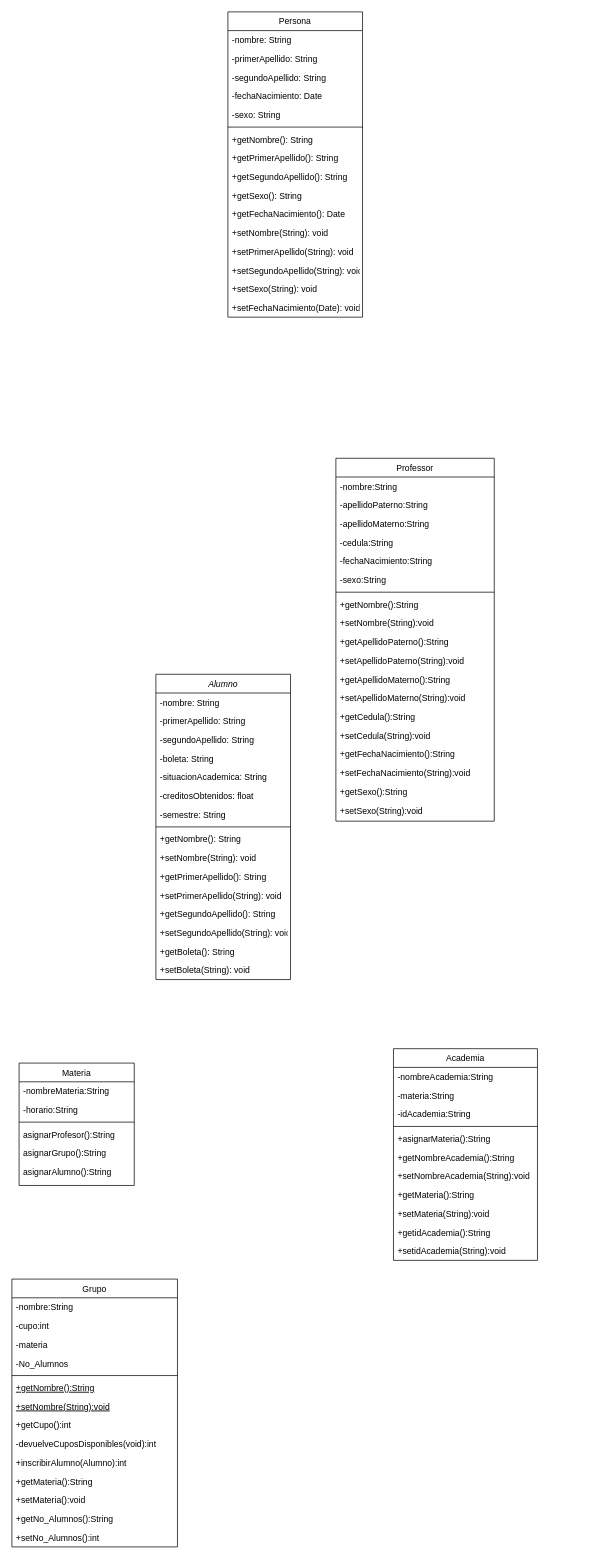
Above: diagramaPrincipal.drawio in a2772/J-001-ProyectosCurso (draw.io), before the change. Source tidied: cells renumbered, new cells numbered last; positions are measured from the earlier drawing's top-left corner, leaving out a move shared by most shapes. Both pictures are drawn from the tidied source at 72%, with x=0, y=0 at pixel (12, 12).
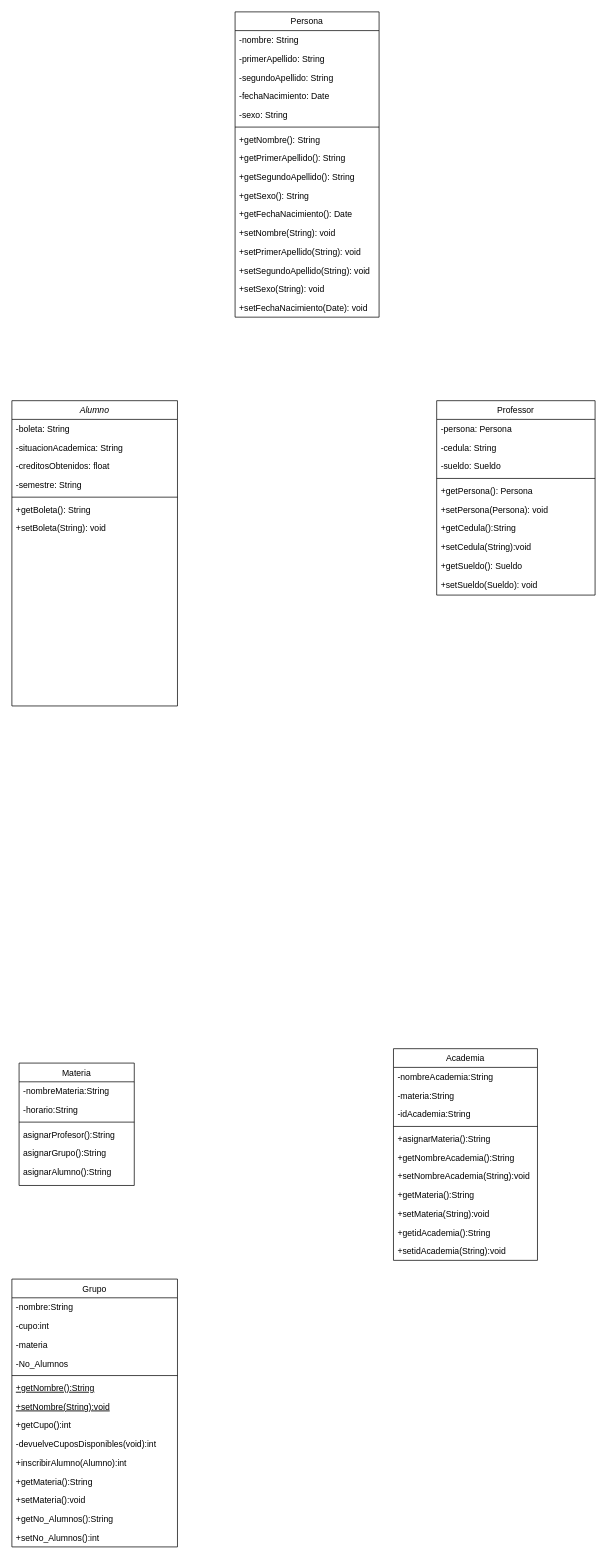
Above is the later version.

Change to the diagram source:
```diff
@@
     <mxCell id="2" value="Alumno" style="swimlane;fontStyle=2;align=center;verticalAlign=top;horizontal=1;startSize=26;rounded=0;shadow=0;strokeWidth=1;" parent="1" vertex="1">
-      <mxGeometry x="200" y="920" width="187" height="424" as="geometry" />
+      <mxGeometry y="540" width="230" height="424" as="geometry" />
     </mxCell>
-    <mxCell id="3" value="-nombre: String" style="text;align=left;verticalAlign=top;spacingLeft=4;spacingRight=4;overflow=hidden;" parent="2" vertex="1">
-      <mxGeometry y="26" width="187" height="26" as="geometry" />
-    </mxCell>
-    <mxCell id="4" value="-primerApellido: String" style="text;align=left;verticalAlign=top;spacingLeft=4;spacingRight=4;overflow=hidden;rounded=0;shadow=0;html=0;" parent="2" vertex="1">
-      <mxGeometry y="52" width="187" height="26" as="geometry" />
-    </mxCell>
-    <mxCell id="5" value="-segundoApellido: String" style="text;align=left;verticalAlign=top;spacingLeft=4;spacingRight=4;overflow=hidden;rounded=0;shadow=0;html=0;" parent="2" vertex="1">
-      <mxGeometry y="78" width="187" height="26" as="geometry" />
-    </mxCell>
     <mxCell id="6" value="-boleta: String" style="text;align=left;verticalAlign=top;spacingLeft=4;spacingRight=4;overflow=hidden;rounded=0;shadow=0;html=0;" parent="2" vertex="1">
-      <mxGeometry y="104" width="187" height="26" as="geometry" />
+      <mxGeometry y="26" width="230" height="26" as="geometry" />
     </mxCell>
     <mxCell id="7" value="-situacionAcademica: String" style="text;align=left;verticalAlign=top;spacingLeft=4;spacingRight=4;overflow=hidden;rounded=0;shadow=0;html=0;" parent="2" vertex="1">
-      <mxGeometry y="130" width="187" height="26" as="geometry" />
+      <mxGeometry y="52" width="230" height="26" as="geometry" />
     </mxCell>
     <mxCell id="8" value="-creditosObtenidos: float" style="text;align=left;verticalAlign=top;spacingLeft=4;spacingRight=4;overflow=hidden;rounded=0;shadow=0;html=0;" parent="2" vertex="1">
-      <mxGeometry y="156" width="187" height="26" as="geometry" />
+      <mxGeometry y="78" width="230" height="26" as="geometry" />
     </mxCell>
     <mxCell id="9" value="-semestre: String" style="text;align=left;verticalAlign=top;spacingLeft=4;spacingRight=4;overflow=hidden;rounded=0;shadow=0;html=0;" parent="2" vertex="1">
-      <mxGeometry y="182" width="187" height="26" as="geometry" />
+      <mxGeometry y="104" width="230" height="26" as="geometry" />
     </mxCell>
     <mxCell id="10" style="line;html=1;strokeWidth=1;align=left;verticalAlign=middle;spacingTop=-1;spacingLeft=3;spacingRight=3;labelPosition=right;" parent="2" vertex="1">
-      <mxGeometry y="208" width="187" height="8" as="geometry" />
+      <mxGeometry y="130" width="230" height="8" as="geometry" />
     </mxCell>
-    <mxCell id="11" value="+getNombre(): String" style="text;align=left;verticalAlign=top;spacingLeft=4;spacingRight=4;overflow=hidden;" parent="2" vertex="1">
-      <mxGeometry y="216" width="187" height="26" as="geometry" />
-    </mxCell>
-    <mxCell id="12" value="+setNombre(String): void" style="text;align=left;verticalAlign=top;spacingLeft=4;spacingRight=4;overflow=hidden;rounded=0;shadow=0;html=0;" parent="2" vertex="1">
-      <mxGeometry y="242" width="187" height="26" as="geometry" />
-    </mxCell>
-    <mxCell id="13" value="+getPrimerApellido(): String" style="text;align=left;verticalAlign=top;spacingLeft=4;spacingRight=4;overflow=hidden;rounded=0;shadow=0;html=0;" parent="2" vertex="1">
-      <mxGeometry y="268" width="187" height="26" as="geometry" />
-    </mxCell>
-    <mxCell id="14" value="+setPrimerApellido(String): void" style="text;align=left;verticalAlign=top;spacingLeft=4;spacingRight=4;overflow=hidden;rounded=0;shadow=0;html=0;" parent="2" vertex="1">
-      <mxGeometry y="294" width="187" height="26" as="geometry" />
-    </mxCell>
-    <mxCell id="15" value="+getSegundoApellido(): String" style="text;align=left;verticalAlign=top;spacingLeft=4;spacingRight=4;overflow=hidden;rounded=0;shadow=0;html=0;" parent="2" vertex="1">
-      <mxGeometry y="320" width="187" height="26" as="geometry" />
-    </mxCell>
-    <mxCell id="16" value="+setSegundoApellido(String): void" style="text;align=left;verticalAlign=top;spacingLeft=4;spacingRight=4;overflow=hidden;rounded=0;shadow=0;html=0;" parent="2" vertex="1">
-      <mxGeometry y="346" width="187" height="26" as="geometry" />
-    </mxCell>
     <mxCell id="17" value="+getBoleta(): String" style="text;align=left;verticalAlign=top;spacingLeft=4;spacingRight=4;overflow=hidden;rounded=0;shadow=0;html=0;" parent="2" vertex="1">
-      <mxGeometry y="372" width="187" height="26" as="geometry" />
+      <mxGeometry y="138" width="230" height="26" as="geometry" />
     </mxCell>
     <mxCell id="18" value="+setBoleta(String): void" style="text;align=left;verticalAlign=top;spacingLeft=4;spacingRight=4;overflow=hidden;rounded=0;shadow=0;html=0;" parent="2" vertex="1">
-      <mxGeometry y="398" width="187" height="26" as="geometry" />
+      <mxGeometry y="164" width="230" height="26" as="geometry" />
     </mxCell>
@@
     <mxCell id="34" value="Professor" style="swimlane;fontStyle=0;align=center;verticalAlign=top;horizontal=1;startSize=26;rounded=0;shadow=0;strokeWidth=1;" parent="1" vertex="1">
-      <mxGeometry x="450" y="620" width="220" height="504" as="geometry" />
+      <mxGeometry x="590" y="540" width="220" height="270" as="geometry" />
     </mxCell>
-    <mxCell id="35" value="-nombre:String" style="text;align=left;verticalAlign=top;spacingLeft=4;spacingRight=4;overflow=hidden;" parent="34" vertex="1">
+    <mxCell id="35" value="-persona: Persona" style="text;align=left;verticalAlign=top;spacingLeft=4;spacingRight=4;overflow=hidden;" parent="34" vertex="1">
       <mxGeometry y="26" width="220" height="26" as="geometry" />
     </mxCell>
-    <mxCell id="36" value="-apellidoPaterno:String" style="text;align=left;verticalAlign=top;spacingLeft=4;spacingRight=4;overflow=hidden;" parent="34" vertex="1">
-      <mxGeometry y="52" width="220" height="26" as="geometry" />
-    </mxCell>
-    <mxCell id="37" value="-apellidoMaterno:String" style="text;align=left;verticalAlign=top;spacingLeft=4;spacingRight=4;overflow=hidden;" parent="34" vertex="1">
-      <mxGeometry y="78" width="220" height="26" as="geometry" />
-    </mxCell>
-    <mxCell id="38" value="-cedula:String" style="text;align=left;verticalAlign=top;spacingLeft=4;spacingRight=4;overflow=hidden;" parent="34" vertex="1">
-      <mxGeometry y="104" width="220" height="26" as="geometry" />
+    <mxCell id="38" value="-cedula: String" style="text;align=left;verticalAlign=top;spacingLeft=4;spacingRight=4;overflow=hidden;" parent="34" vertex="1">
+      <mxGeometry y="52" width="220" height="26" as="geometry" />
     </mxCell>
-    <mxCell id="39" value="-fechaNacimiento:String" style="text;align=left;verticalAlign=top;spacingLeft=4;spacingRight=4;overflow=hidden;" parent="34" vertex="1">
-      <mxGeometry y="130" width="220" height="26" as="geometry" />
-    </mxCell>
-    <mxCell id="40" value="-sexo:String" style="text;align=left;verticalAlign=top;spacingLeft=4;spacingRight=4;overflow=hidden;" parent="34" vertex="1">
-      <mxGeometry y="156" width="220" height="26" as="geometry" />
-    </mxCell>
+    <mxCell id="90" value="-sueldo: Sueldo" style="text;align=left;verticalAlign=top;spacingLeft=4;spacingRight=4;overflow=hidden;" parent="34" vertex="1">
+      <mxGeometry y="78" width="220" height="26" as="geometry" />
+    </mxCell>
     <mxCell id="41" style="line;html=1;strokeWidth=1;align=left;verticalAlign=middle;spacingTop=-1;spacingLeft=3;spacingRight=3;labelPosition=right;" parent="34" vertex="1">
-      <mxGeometry y="182" width="220" height="8" as="geometry" />
+      <mxGeometry y="104" width="220" height="8" as="geometry" />
     </mxCell>
-    <mxCell id="42" value="+getNombre():String&#10;" style="text;align=left;verticalAlign=top;spacingLeft=4;spacingRight=4;overflow=hidden;" parent="34" vertex="1">
-      <mxGeometry y="190" width="220" height="26" as="geometry" />
-    </mxCell>
-    <mxCell id="43" value="+setNombre(String):void" style="text;align=left;verticalAlign=top;spacingLeft=4;spacingRight=4;overflow=hidden;" parent="34" vertex="1">
-      <mxGeometry y="216" width="220" height="26" as="geometry" />
-    </mxCell>
-    <mxCell id="44" value="+getApellidoPaterno():String" style="text;align=left;verticalAlign=top;spacingLeft=4;spacingRight=4;overflow=hidden;" parent="34" vertex="1">
-      <mxGeometry y="242" width="220" height="26" as="geometry" />
-    </mxCell>
-    <mxCell id="45" value="+setApellidoPaterno(String):void" style="text;align=left;verticalAlign=top;spacingLeft=4;spacingRight=4;overflow=hidden;" parent="34" vertex="1">
-      <mxGeometry y="268" width="220" height="26" as="geometry" />
-    </mxCell>
-    <mxCell id="46" value="+getApellidoMaterno():String" style="text;align=left;verticalAlign=top;spacingLeft=4;spacingRight=4;overflow=hidden;" parent="34" vertex="1">
-      <mxGeometry y="294" width="220" height="26" as="geometry" />
-    </mxCell>
-    <mxCell id="47" value="+setApellidoMaterno(String):void" style="text;align=left;verticalAlign=top;spacingLeft=4;spacingRight=4;overflow=hidden;" parent="34" vertex="1">
-      <mxGeometry y="320" width="220" height="26" as="geometry" />
-    </mxCell>
-    <mxCell id="48" value="+getCedula():String&#10;" style="text;align=left;verticalAlign=top;spacingLeft=4;spacingRight=4;overflow=hidden;" parent="34" vertex="1">
-      <mxGeometry y="346" width="220" height="26" as="geometry" />
+    <mxCell id="48" value="+getPersona(): Persona&#10;" style="text;align=left;verticalAlign=top;spacingLeft=4;spacingRight=4;overflow=hidden;" parent="34" vertex="1">
+      <mxGeometry y="112" width="220" height="26" as="geometry" />
     </mxCell>
-    <mxCell id="49" value="+setCedula(String):void" style="text;align=left;verticalAlign=top;spacingLeft=4;spacingRight=4;overflow=hidden;" parent="34" vertex="1">
-      <mxGeometry y="372" width="220" height="26" as="geometry" />
+    <mxCell id="49" value="+setPersona(Persona): void" style="text;align=left;verticalAlign=top;spacingLeft=4;spacingRight=4;overflow=hidden;" parent="34" vertex="1">
+      <mxGeometry y="138" width="220" height="26" as="geometry" />
     </mxCell>
-    <mxCell id="50" value="+getFechaNacimiento():String&#10;" style="text;align=left;verticalAlign=top;spacingLeft=4;spacingRight=4;overflow=hidden;" parent="34" vertex="1">
-      <mxGeometry y="398" width="220" height="26" as="geometry" />
-    </mxCell>
-    <mxCell id="51" value="+setFechaNacimiento(String):void" style="text;align=left;verticalAlign=top;spacingLeft=4;spacingRight=4;overflow=hidden;" parent="34" vertex="1">
-      <mxGeometry y="424" width="220" height="26" as="geometry" />
-    </mxCell>
-    <mxCell id="52" value="+getSexo():String&#10;" style="text;align=left;verticalAlign=top;spacingLeft=4;spacingRight=4;overflow=hidden;" parent="34" vertex="1">
-      <mxGeometry y="450" width="220" height="26" as="geometry" />
-    </mxCell>
-    <mxCell id="53" value="+setSexo(String):void" style="text;align=left;verticalAlign=top;spacingLeft=4;spacingRight=4;overflow=hidden;" parent="34" vertex="1">
-      <mxGeometry y="476" width="220" height="26" as="geometry" />
-    </mxCell>
+    <mxCell id="91" value="+getCedula():String&#10;" style="text;align=left;verticalAlign=top;spacingLeft=4;spacingRight=4;overflow=hidden;" parent="34" vertex="1">
+      <mxGeometry y="164" width="220" height="26" as="geometry" />
+    </mxCell>
+    <mxCell id="92" value="+setCedula(String):void" style="text;align=left;verticalAlign=top;spacingLeft=4;spacingRight=4;overflow=hidden;" parent="34" vertex="1">
+      <mxGeometry y="190" width="220" height="26" as="geometry" />
+    </mxCell>
+    <mxCell id="93" value="+getSueldo(): Sueldo" style="text;align=left;verticalAlign=top;spacingLeft=4;spacingRight=4;overflow=hidden;" parent="34" vertex="1">
+      <mxGeometry y="216" width="220" height="26" as="geometry" />
+    </mxCell>
+    <mxCell id="94" value="+setSueldo(Sueldo): void" style="text;align=left;verticalAlign=top;spacingLeft=4;spacingRight=4;overflow=hidden;" parent="34" vertex="1">
+      <mxGeometry y="242" width="220" height="26" as="geometry" />
+    </mxCell>
@@
     <mxCell id="73" value="Persona" style="swimlane;fontStyle=0;align=center;verticalAlign=top;horizontal=1;startSize=26;rounded=0;shadow=0;strokeWidth=1;" parent="1" vertex="1">
-      <mxGeometry x="300" width="187" height="424" as="geometry" />
+      <mxGeometry x="310" width="200" height="424" as="geometry" />
     </mxCell>
     <mxCell id="74" value="-nombre: String" style="text;align=left;verticalAlign=top;spacingLeft=4;spacingRight=4;overflow=hidden;" parent="73" vertex="1">
-      <mxGeometry y="26" width="187" height="26" as="geometry" />
+      <mxGeometry y="26" width="200" height="26" as="geometry" />
     </mxCell>
     <mxCell id="75" value="-primerApellido: String" style="text;align=left;verticalAlign=top;spacingLeft=4;spacingRight=4;overflow=hidden;" parent="73" vertex="1">
-      <mxGeometry y="52" width="187" height="26" as="geometry" />
+      <mxGeometry y="52" width="200" height="26" as="geometry" />
     </mxCell>
     <mxCell id="76" value="-segundoApellido: String" style="text;align=left;verticalAlign=top;spacingLeft=4;spacingRight=4;overflow=hidden;" parent="73" vertex="1">
-      <mxGeometry y="78" width="187" height="26" as="geometry" />
+      <mxGeometry y="78" width="200" height="26" as="geometry" />
     </mxCell>
     <mxCell id="77" value="-fechaNacimiento: Date" style="text;align=left;verticalAlign=top;spacingLeft=4;spacingRight=4;overflow=hidden;" parent="73" vertex="1">
-      <mxGeometry y="104" width="187" height="26" as="geometry" />
+      <mxGeometry y="104" width="200" height="26" as="geometry" />
     </mxCell>
     <mxCell id="78" value="-sexo: String" style="text;align=left;verticalAlign=top;spacingLeft=4;spacingRight=4;overflow=hidden;" parent="73" vertex="1">
-      <mxGeometry y="130" width="187" height="26" as="geometry" />
+      <mxGeometry y="130" width="200" height="26" as="geometry" />
     </mxCell>
     <mxCell id="79" style="line;html=1;strokeWidth=1;align=left;verticalAlign=middle;spacingTop=-1;spacingLeft=3;spacingRight=3;labelPosition=right;" parent="73" vertex="1">
-      <mxGeometry y="156" width="187" height="8" as="geometry" />
+      <mxGeometry y="156" width="200" height="8" as="geometry" />
     </mxCell>
     <mxCell id="80" value="+getNombre(): String" style="text;align=left;verticalAlign=top;spacingLeft=4;spacingRight=4;overflow=hidden;" parent="73" vertex="1">
-      <mxGeometry y="164" width="187" height="26" as="geometry" />
+      <mxGeometry y="164" width="200" height="26" as="geometry" />
     </mxCell>
     <mxCell id="81" value="+getPrimerApellido(): String" style="text;align=left;verticalAlign=top;spacingLeft=4;spacingRight=4;overflow=hidden;" parent="73" vertex="1">
-      <mxGeometry y="190" width="187" height="26" as="geometry" />
+      <mxGeometry y="190" width="200" height="26" as="geometry" />
     </mxCell>
     <mxCell id="82" value="+getSegundoApellido(): String" style="text;align=left;verticalAlign=top;spacingLeft=4;spacingRight=4;overflow=hidden;" parent="73" vertex="1">
-      <mxGeometry y="216" width="187" height="26" as="geometry" />
+      <mxGeometry y="216" width="200" height="26" as="geometry" />
     </mxCell>
     <mxCell id="83" value="+getSexo(): String" style="text;align=left;verticalAlign=top;spacingLeft=4;spacingRight=4;overflow=hidden;" parent="73" vertex="1">
-      <mxGeometry y="242" width="187" height="26" as="geometry" />
+      <mxGeometry y="242" width="200" height="26" as="geometry" />
     </mxCell>
     <mxCell id="84" value="+getFechaNacimiento(): Date" style="text;align=left;verticalAlign=top;spacingLeft=4;spacingRight=4;overflow=hidden;" parent="73" vertex="1">
-      <mxGeometry y="268" width="187" height="26" as="geometry" />
+      <mxGeometry y="268" width="200" height="26" as="geometry" />
     </mxCell>
     <mxCell id="85" value="+setNombre(String): void" style="text;align=left;verticalAlign=top;spacingLeft=4;spacingRight=4;overflow=hidden;" parent="73" vertex="1">
-      <mxGeometry y="294" width="187" height="26" as="geometry" />
+      <mxGeometry y="294" width="200" height="26" as="geometry" />
     </mxCell>
     <mxCell id="86" value="+setPrimerApellido(String): void" style="text;align=left;verticalAlign=top;spacingLeft=4;spacingRight=4;overflow=hidden;" parent="73" vertex="1">
-      <mxGeometry y="320" width="187" height="26" as="geometry" />
+      <mxGeometry y="320" width="200" height="26" as="geometry" />
     </mxCell>
     <mxCell id="87" value="+setSegundoApellido(String): void" style="text;align=left;verticalAlign=top;spacingLeft=4;spacingRight=4;overflow=hidden;" parent="73" vertex="1">
-      <mxGeometry y="346" width="187" height="26" as="geometry" />
+      <mxGeometry y="346" width="200" height="26" as="geometry" />
     </mxCell>
     <mxCell id="88" value="+setSexo(String): void" style="text;align=left;verticalAlign=top;spacingLeft=4;spacingRight=4;overflow=hidden;" parent="73" vertex="1">
-      <mxGeometry y="372" width="187" height="26" as="geometry" />
+      <mxGeometry y="372" width="200" height="26" as="geometry" />
     </mxCell>
     <mxCell id="89" value="+setFechaNacimiento(Date): void" style="text;align=left;verticalAlign=top;spacingLeft=4;spacingRight=4;overflow=hidden;" parent="73" vertex="1">
-      <mxGeometry y="398" width="187" height="26" as="geometry" />
+      <mxGeometry y="398" width="200" height="26" as="geometry" />
     </mxCell>
```
